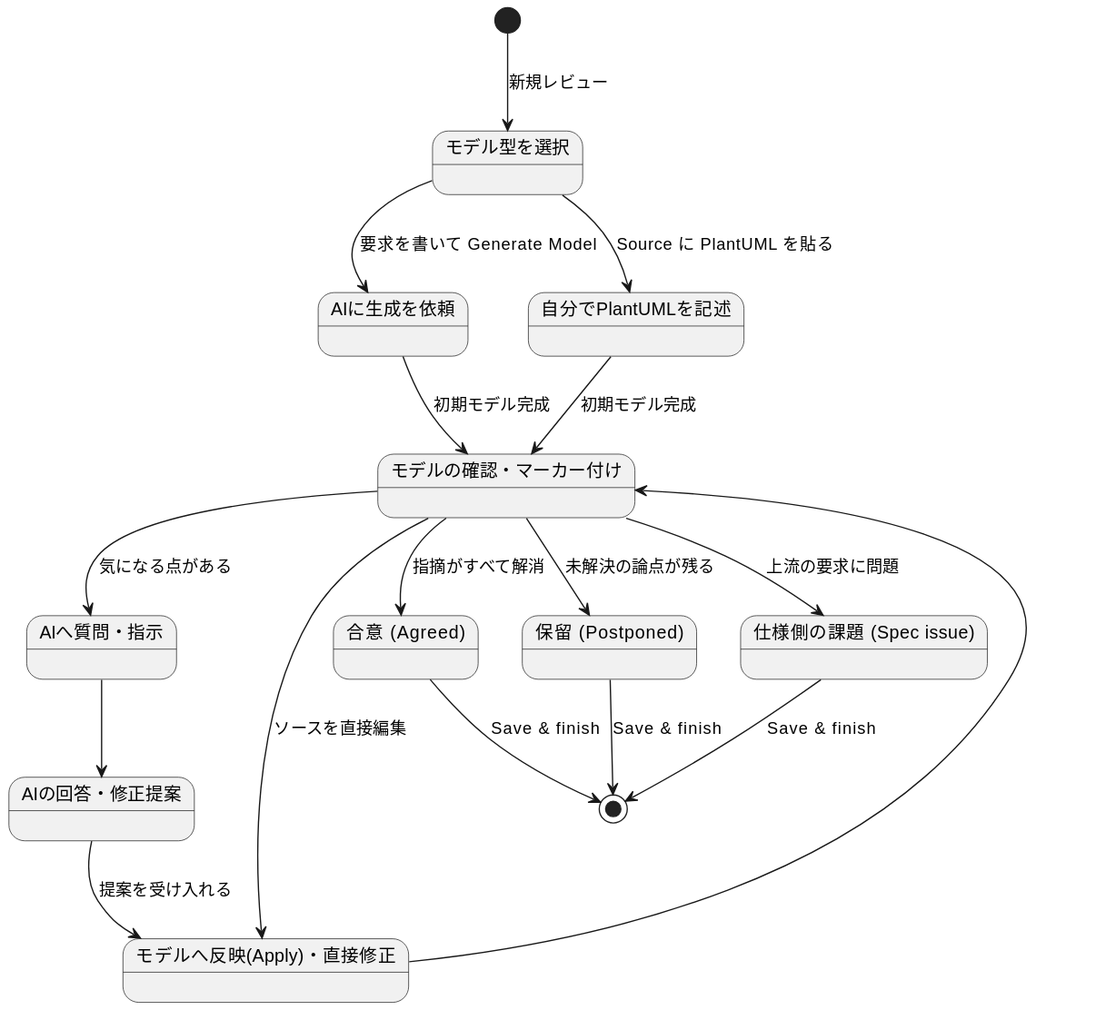
This is ModelLogue/docs/assets/review-workflow.svg from sho1884/public-files, a PlantUML export, as it was before one commit.
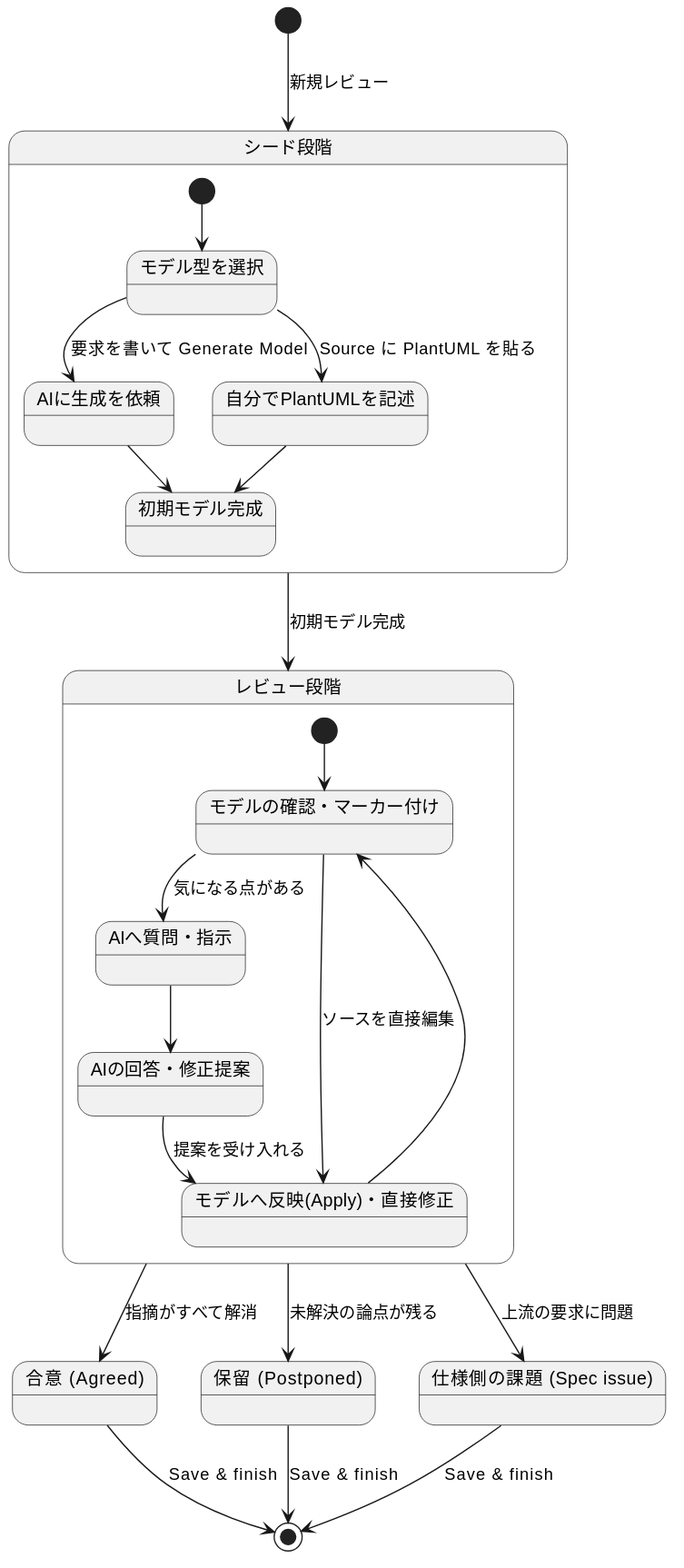
The same diagram one commit later.

Commit message:
ModelLogue: hierarchical review-workflow figure, fixed ?file= links, +stopwatch sample

Change to the diagram source:
```diff
@@ -1,31 +1,39 @@
 @startuml
 
-state "モデル型を選択" as SelectType
-state "AIに生成を依頼" as AIGenerate
-state "自分でPlantUMLを記述" as HumanWrite
-state "モデルの確認・マーカー付け" as Inspecting
-state "AIへ質問・指示" as Asking
-state "AIの回答・修正提案" as Answering
-state "モデルへ反映(Apply)・直接修正" as Editing
+state "シード段階" as Seed {
+  [*] --> SelectType
+  state "モデル型を選択" as SelectType
+  state "AIに生成を依頼" as AIGenerate
+  state "自分でPlantUMLを記述" as HumanWrite
+  state "初期モデル完成" as Drafted
+  SelectType --> AIGenerate : 要求を書いて Generate Model
+  SelectType --> HumanWrite : Source に PlantUML を貼る
+  AIGenerate --> Drafted
+  HumanWrite --> Drafted
+}
+
+state "レビュー段階" as Review {
+  [*] --> Inspecting
+  state "モデルの確認・マーカー付け" as Inspecting
+  state "AIへ質問・指示" as Asking
+  state "AIの回答・修正提案" as Answering
+  state "モデルへ反映(Apply)・直接修正" as Editing
+  Inspecting --> Asking : 気になる点がある
+  Asking --> Answering
+  Answering --> Editing : 提案を受け入れる
+  Editing --> Inspecting
+  Inspecting --> Editing : ソースを直接編集
+}
+
 state "合意 (Agreed)" as Agreed
 state "保留 (Postponed)" as Postponed
 state "仕様側の課題 (Spec issue)" as SpecIssue
 
-[*] --> SelectType : 新規レビュー
-SelectType --> AIGenerate : 要求を書いて Generate Model
-SelectType --> HumanWrite : Source に PlantUML を貼る
-AIGenerate --> Inspecting : 初期モデル完成
-HumanWrite --> Inspecting : 初期モデル完成
-
-Inspecting --> Asking : 気になる点がある
-Asking --> Answering
-Answering --> Editing : 提案を受け入れる
-Editing --> Inspecting
-Inspecting --> Editing : ソースを直接編集
-
-Inspecting --> Agreed : 指摘がすべて解消
-Inspecting --> Postponed : 未解決の論点が残る
-Inspecting --> SpecIssue : 上流の要求に問題
+[*] --> Seed : 新規レビュー
+Seed --> Review : 初期モデル完成
+Review --> Agreed : 指摘がすべて解消
+Review --> Postponed : 未解決の論点が残る
+Review --> SpecIssue : 上流の要求に問題
 
 Agreed --> [*] : Save & finish
 Postponed --> [*] : Save & finish
```
